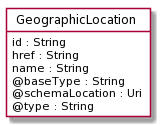
This is apis/TMF675_Geographic_Location/documentation/diagrams/Resource_GeographicLocation.png from tmforum-apis/Open_Api_And_Data_Model, a PlantUML export, as it was before one commit. The source it was exported from:
```plantuml
@startuml
hide circle
hide methods
hide stereotype
show <<Enumeration>> stereotype
skinparam class {
   BackgroundColor<<Enumeration>> #E6F5F7
   BackgroundColor<<Ref>> #FFFFE0
   BackgroundColor<<Pivot>> #FFFFFFF
   BackgroundColor #FCF2E3
}

class GeographicLocation <<Pivot>> {
    id : String
    href : String
    name : String
    @baseType : String
    @schemaLocation : Uri
    @type : String
}


@enduml
```
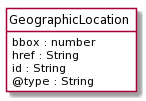
After the commit.

Change to the diagram source:
```diff
@@ -10,12 +10,10 @@
    BackgroundColor #FCF2E3
 }
 
-class GeographicLocation <<Pivot>> {
+class GeographicLocation  <<Pivot>> {
+    bbox : number
+    href : String
     id : String
-    href : String
-    name : String
-    @baseType : String
-    @schemaLocation : Uri
     @type : String
 }
 
```
